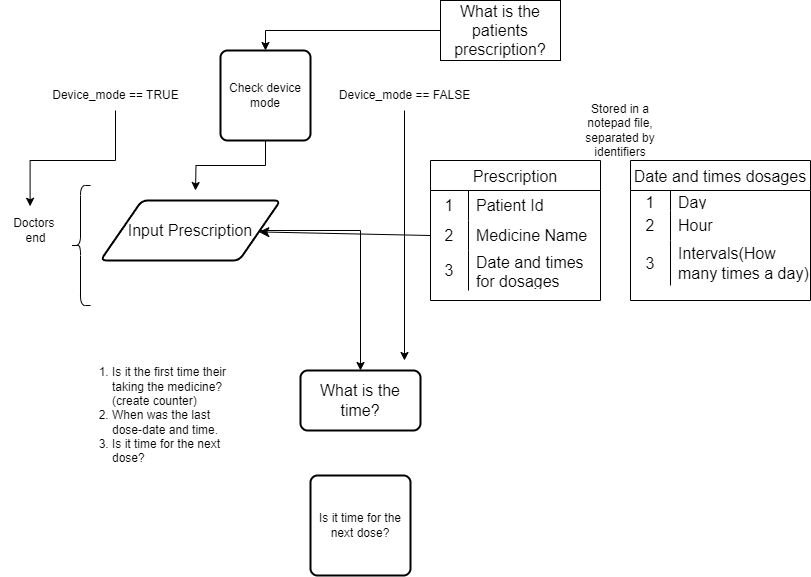
Above: Prescription.png in Iann-urus/Med-Assistant (draw.io), before the change. Source tidied: cells renumbered, new cells last; positions are measured from the earlier drawing's top-left corner, leaving out a move shared by most shapes.
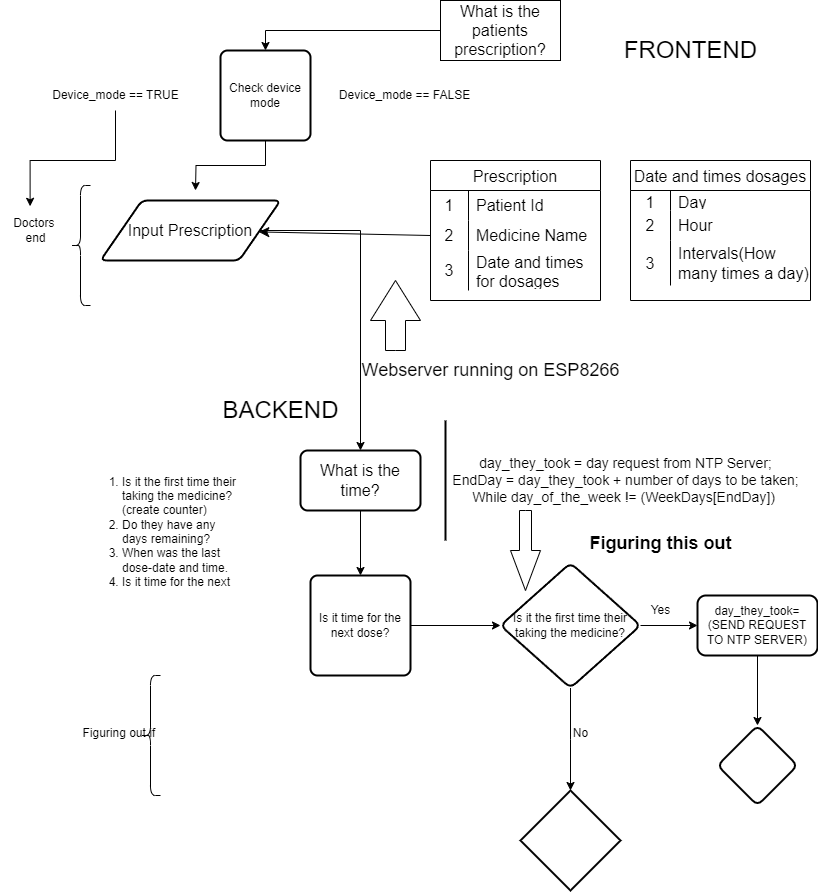
The same file after the commit.

Change to the diagram source:
```diff
@@ -47,17 +47,20 @@
     <mxCell id="16" style="edgeStyle=none;curved=1;rounded=0;jettySize=auto;html=1;exitX=0;exitY=0.5;exitDx=0;exitDy=0;fontSize=12;startSize=8;endSize=8;" parent="1" edge="1" source="10" target="5">
       <mxGeometry relative="1" as="geometry" />
     </mxCell>
-    <mxCell id="17" value="Stored in a notepad file,&lt;br&gt;separated by identifiers" style="text;html=1;strokeColor=none;fillColor=none;align=center;verticalAlign=middle;whiteSpace=wrap;rounded=0;" parent="1" vertex="1">
-      <mxGeometry x="570" y="100" width="100" height="60" as="geometry" />
-    </mxCell>
-    <mxCell id="18" value="&lt;ol&gt;&lt;li&gt;Is it the first time their taking the medicine?(create counter)&lt;/li&gt;&lt;li&gt;When was the last dose-date and time.&lt;/li&gt;&lt;li&gt;Is it time for the next dose?&lt;/li&gt;&lt;/ol&gt;" style="text;strokeColor=none;fillColor=none;html=1;whiteSpace=wrap;verticalAlign=middle;overflow=hidden;" parent="1" vertex="1">
-      <mxGeometry x="70" y="350" width="160" height="130" as="geometry" />
+    <mxCell id="18" value="&lt;ol&gt;&lt;li&gt;Is it the first time their taking the medicine?(create counter)&lt;/li&gt;&lt;li&gt;Do they have any days remaining?&lt;/li&gt;&lt;li&gt;When was the last dose-date and time.&lt;/li&gt;&lt;li&gt;Is it time for the next dose?&lt;/li&gt;&lt;/ol&gt;" style="text;strokeColor=none;fillColor=none;html=1;whiteSpace=wrap;verticalAlign=middle;overflow=hidden;" parent="1" vertex="1">
+      <mxGeometry x="80" y="460" width="160" height="130" as="geometry" />
     </mxCell>
+    <mxCell id="39" style="edgeStyle=orthogonalEdgeStyle;rounded=0;jettySize=auto;html=1;exitX=0.5;exitY=1;exitDx=0;exitDy=0;entryX=0.5;entryY=0;entryDx=0;entryDy=0;" parent="1" edge="1" source="19" target="20">
+      <mxGeometry relative="1" as="geometry" />
+    </mxCell>
     <mxCell id="19" value="What is the time?" style="whiteSpace=wrap;html=1;fontSize=16;strokeWidth=2;rounded=1;arcSize=12;" parent="1" vertex="1">
-      <mxGeometry x="300" y="370" width="120" height="60" as="geometry" />
+      <mxGeometry x="300" y="450" width="120" height="60" as="geometry" />
     </mxCell>
+    <mxCell id="40" style="edgeStyle=orthogonalEdgeStyle;rounded=0;jettySize=auto;html=1;" parent="1" edge="1" source="20" target="47">
+      <mxGeometry relative="1" as="geometry" />
+    </mxCell>
     <mxCell id="20" value="Is it time for the next dose?" style="rounded=1;whiteSpace=wrap;html=1;absoluteArcSize=1;arcSize=14;strokeWidth=2;" parent="1" vertex="1">
-      <mxGeometry x="310" y="475" width="100" height="100" as="geometry" />
+      <mxGeometry x="310" y="575" width="100" height="100" as="geometry" />
     </mxCell>
     <mxCell id="21" value="Date and times dosages" style="shape=table;startSize=30;rowLines=0;fontStyle=0;strokeColor=default;fontSize=16;" parent="1" vertex="1">
       <mxGeometry x="630" y="160" width="180" height="140" as="geometry" />
@@ -103,11 +106,6 @@
     <mxCell id="34" value="Check device mode" style="rounded=1;whiteSpace=wrap;html=1;absoluteArcSize=1;arcSize=14;strokeWidth=2;" parent="1" vertex="1">
       <mxGeometry x="220" y="50" width="90" height="90" as="geometry" />
     </mxCell>
-    <mxCell id="35" style="edgeStyle=orthogonalEdgeStyle;rounded=0;jettySize=auto;html=1;" parent="1" edge="1" source="36">
-      <mxGeometry relative="1" as="geometry">
-        <mxPoint x="404" y="360" as="targetPoint" />
-      </mxGeometry>
-    </mxCell>
     <mxCell id="36" value="Device_mode == FALSE" style="text;html=1;align=center;verticalAlign=middle;points=[];strokeColor=none;fillColor=none;" parent="1" vertex="1">
       <mxGeometry x="329" y="80" width="150" height="30" as="geometry" />
     </mxCell>
@@ -117,5 +115,64 @@
     <mxCell id="38" style="edgeStyle=orthogonalEdgeStyle;rounded=0;jettySize=auto;html=1;entryX=0.423;entryY=-0.105;entryDx=0;entryDy=0;entryPerimeter=0;" parent="1" edge="1" source="37" target="32">
       <mxGeometry relative="1" as="geometry" />
     </mxCell>
+    <mxCell id="41" value="&lt;font style=&quot;font-size: 18px;&quot;&gt;Webserver running on ESP8266&lt;/font&gt;" style="text;html=1;align=center;verticalAlign=middle;strokeColor=none;fillColor=none;" parent="1" vertex="1">
+      <mxGeometry x="350" y="350" width="280" height="40" as="geometry" />
+    </mxCell>
+    <mxCell id="42" value="&lt;font style=&quot;font-size: 24px;&quot;&gt;FRONTEND&lt;/font&gt;" style="text;html=1;align=center;verticalAlign=middle;strokeColor=none;fillColor=none;" parent="1" vertex="1">
+      <mxGeometry x="610" y="30" width="160" height="40" as="geometry" />
+    </mxCell>
+    <mxCell id="43" value="&lt;font style=&quot;font-size: 24px;&quot;&gt;BACKEND&lt;/font&gt;" style="text;html=1;align=center;verticalAlign=middle;strokeColor=none;fillColor=none;" parent="1" vertex="1">
+      <mxGeometry x="210" y="390" width="140" height="40" as="geometry" />
+    </mxCell>
+    <mxCell id="44" style="html=1;shadow=0;dashed=0;align=center;verticalAlign=middle;shape=mxgraph.arrows2.arrow;dy=0.6;dx=40;direction=north;notch=0;" parent="1" vertex="1">
+      <mxGeometry x="370" y="280" width="50" height="70" as="geometry" />
+    </mxCell>
+    <mxCell id="45" style="edgeStyle=orthogonalEdgeStyle;rounded=0;jettySize=auto;html=1;" parent="1" edge="1" source="47">
+      <mxGeometry relative="1" as="geometry">
+        <mxPoint x="570" y="790" as="targetPoint" />
+      </mxGeometry>
+    </mxCell>
+    <mxCell id="46" style="edgeStyle=orthogonalEdgeStyle;rounded=0;jettySize=auto;html=1;" parent="1" edge="1" source="47" target="51">
+      <mxGeometry relative="1" as="geometry" />
+    </mxCell>
+    <mxCell id="47" value="Is it the first time their taking the medicine?" style="rhombus;whiteSpace=wrap;html=1;rounded=1;arcSize=14;strokeWidth=2;" parent="1" vertex="1">
+      <mxGeometry x="500" y="562.5" width="140" height="125" as="geometry" />
+    </mxCell>
+    <mxCell id="48" value="Yes" style="text;html=1;align=center;verticalAlign=middle;strokeColor=none;fillColor=none;" parent="1" vertex="1">
+      <mxGeometry x="640" y="595" width="40" height="30" as="geometry" />
+    </mxCell>
+    <mxCell id="49" value="No" style="text;html=1;align=center;verticalAlign=middle;strokeColor=none;fillColor=none;" parent="1" vertex="1">
+      <mxGeometry x="560" y="718" width="40" height="30" as="geometry" />
+    </mxCell>
+    <mxCell id="50" style="edgeStyle=orthogonalEdgeStyle;rounded=0;jettySize=auto;html=1;" parent="1" edge="1" source="51" target="52">
+      <mxGeometry relative="1" as="geometry" />
+    </mxCell>
+    <mxCell id="51" value="day_they_took=&lt;br&gt;(SEND REQUEST TO NTP SERVER)" style="whiteSpace=wrap;html=1;rounded=1;arcSize=14;strokeWidth=2;" parent="1" vertex="1">
+      <mxGeometry x="697" y="595" width="120" height="60" as="geometry" />
+    </mxCell>
+    <mxCell id="52" style="rhombus;whiteSpace=wrap;html=1;rounded=1;arcSize=14;strokeWidth=2;" parent="1" vertex="1">
+      <mxGeometry x="717" y="725" width="80" height="80" as="geometry" />
+    </mxCell>
+    <mxCell id="53" style="strokeWidth=2;html=1;shape=mxgraph.flowchart.decision;whiteSpace=wrap;" parent="1" vertex="1">
+      <mxGeometry x="520" y="790" width="100" height="100" as="geometry" />
+    </mxCell>
+    <mxCell id="54" value="&lt;font style=&quot;font-size: 14px;&quot;&gt;day_they_took = day request from NTP Server;&lt;br&gt;EndDay = day_they_took + number of days to be taken;&lt;br&gt;While day_of_the_week != (WeekDays[EndDay])&amp;nbsp;&lt;/font&gt;" style="text;html=1;align=center;verticalAlign=middle;strokeColor=none;fillColor=none;" parent="1" vertex="1">
+      <mxGeometry x="440" y="450" width="370" height="60" as="geometry" />
+    </mxCell>
+    <mxCell id="55" style="shape=curlyBracket;whiteSpace=wrap;html=1;rounded=1;labelPosition=left;verticalLabelPosition=middle;align=right;verticalAlign=middle;" parent="1" vertex="1">
+      <mxGeometry x="140" y="675" width="20" height="120" as="geometry" />
+    </mxCell>
+    <mxCell id="56" value="Figuring out if&amp;nbsp;" style="text;html=1;align=center;verticalAlign=middle;strokeColor=none;fillColor=none;" parent="1" vertex="1">
+      <mxGeometry x="70" y="718" width="100" height="30" as="geometry" />
+    </mxCell>
+    <mxCell id="57" style="line;strokeWidth=2;direction=south;html=1;" parent="1" vertex="1">
+      <mxGeometry x="440" y="420" width="10" height="120" as="geometry" />
+    </mxCell>
+    <mxCell id="58" value="&lt;font style=&quot;font-size: 18px;&quot;&gt;&lt;b&gt;Figuring this out&lt;/b&gt;&lt;/font&gt;" style="text;html=1;align=center;verticalAlign=middle;strokeColor=none;fillColor=none;" parent="1" vertex="1">
+      <mxGeometry x="575" y="523" width="170" height="40" as="geometry" />
+    </mxCell>
+    <mxCell id="59" style="html=1;shadow=0;dashed=0;align=center;verticalAlign=middle;shape=mxgraph.arrows2.arrow;dy=0.6;dx=40;direction=south;notch=0;" parent="1" vertex="1">
+      <mxGeometry x="510" y="510" width="30" height="80" as="geometry" />
+    </mxCell>
   </root>
 </mxGraphModel>
```
